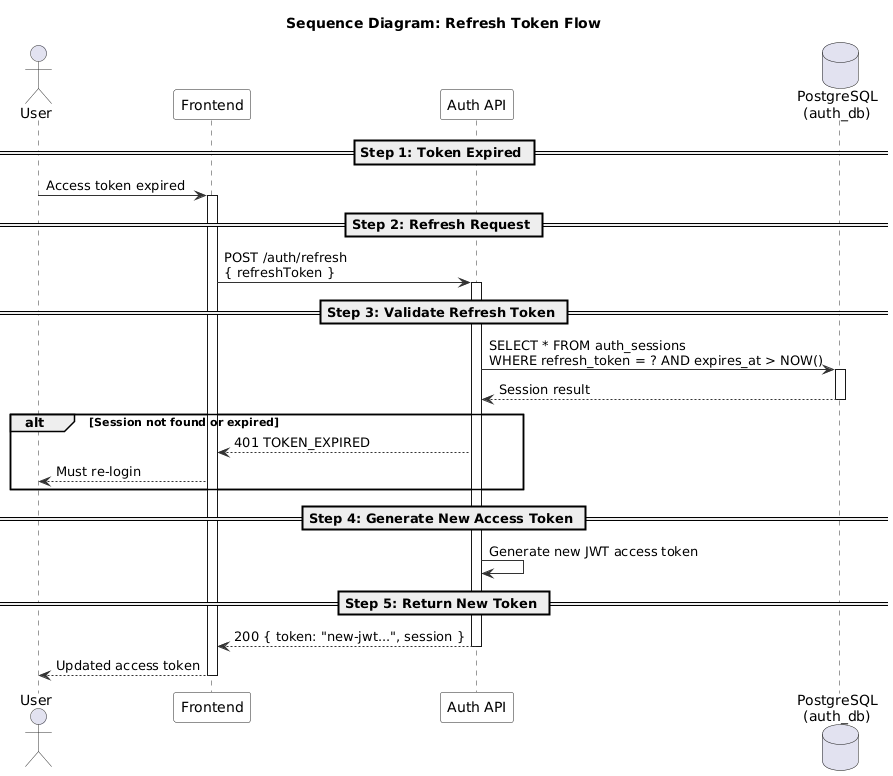
The PlantUML diagram modules/auth/images/sequence/refresh-token-sequence.png in namnh240795/document, before a commit.
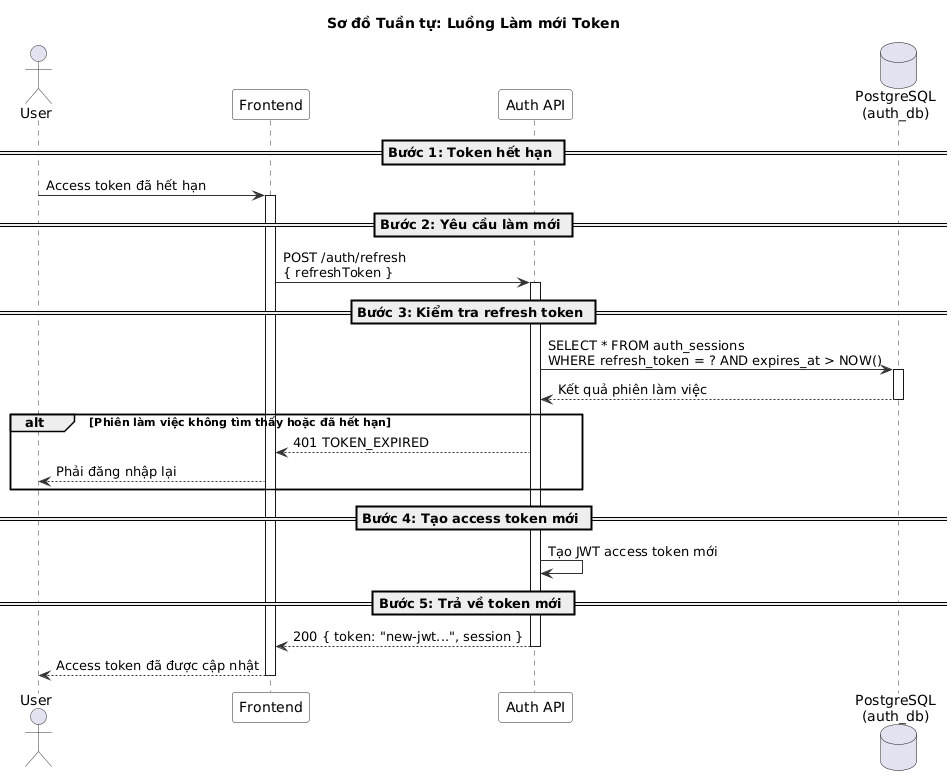
The same diagram one commit later.

What changed in the source:
```diff
@@ -8,45 +8,45 @@
   ParticipantBorderColor #333333
 }
 
-title Sequence Diagram: Refresh Token Flow
+title Sơ đồ Tuần tự: Luồng Làm mới Token
 
 actor User
 participant "Frontend" as FE
 participant "Auth API" as API
 database "PostgreSQL\n(auth_db)" as DB
 
-== Step 1: Token Expired ==
+== Bước 1: Token hết hạn ==
 
-User -> FE : Access token expired
+User -> FE : Access token đã hết hạn
 activate FE
 
-== Step 2: Refresh Request ==
+== Bước 2: Yêu cầu làm mới ==
 
 FE -> API : POST /auth/refresh\n{ refreshToken }
 activate API
 
-== Step 3: Validate Refresh Token ==
+== Bước 3: Kiểm tra refresh token ==
 
 API -> DB : SELECT * FROM auth_sessions\nWHERE refresh_token = ? AND expires_at > NOW()
 activate DB
-DB --> API : Session result
+DB --> API : Kết quả phiên làm việc
 deactivate DB
 
-alt Session not found or expired
+alt Phiên làm việc không tìm thấy hoặc đã hết hạn
   API --> FE : 401 TOKEN_EXPIRED
-  FE --> User : Must re-login
+  FE --> User : Phải đăng nhập lại
 end
 
-== Step 4: Generate New Access Token ==
+== Bước 4: Tạo access token mới ==
 
-API -> API : Generate new JWT access token
+API -> API : Tạo JWT access token mới
 
-== Step 5: Return New Token ==
+== Bước 5: Trả về token mới ==
 
 API --> FE : 200 { token: "new-jwt...", session }
 deactivate API
 
-FE --> User : Updated access token
+FE --> User : Access token đã được cập nhật
 deactivate FE
 
 @enduml
```
